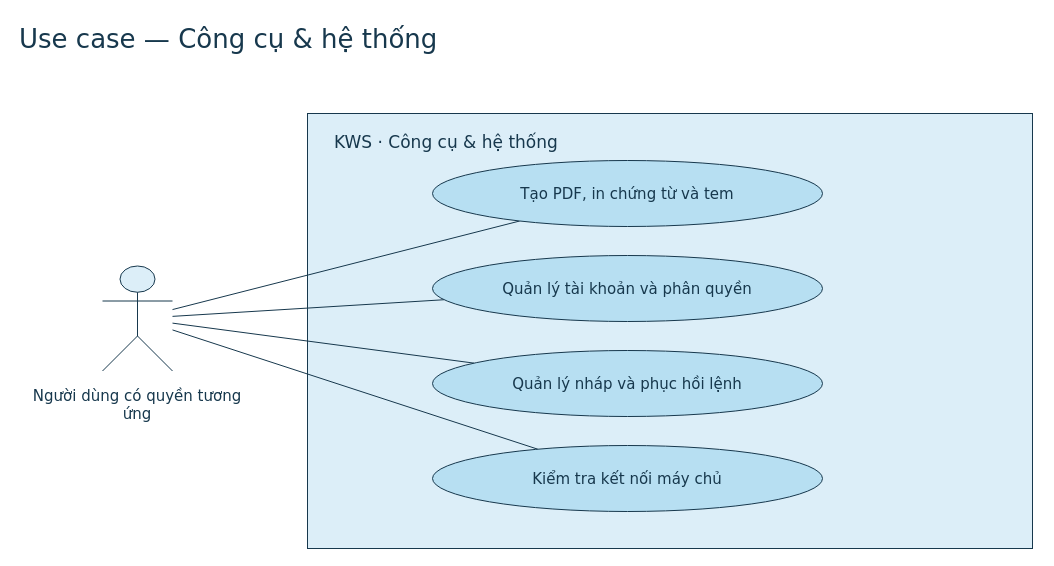
Earlier version of the draw.io diagram page "Use case — Tiện ích & quản trị" (15 of 36) of 03_So_do/Hien_hanh/KWS_Hien_hanh.drawio (KyotaFill/KWS). Source tidied: cells renumbered, new cells numbered last; positions are measured from the earlier drawing's top-left corner, leaving out a move shared by most shapes. Both pictures are drawn from the tidied source at 100%, with x=0, y=0 at pixel (17, 17).
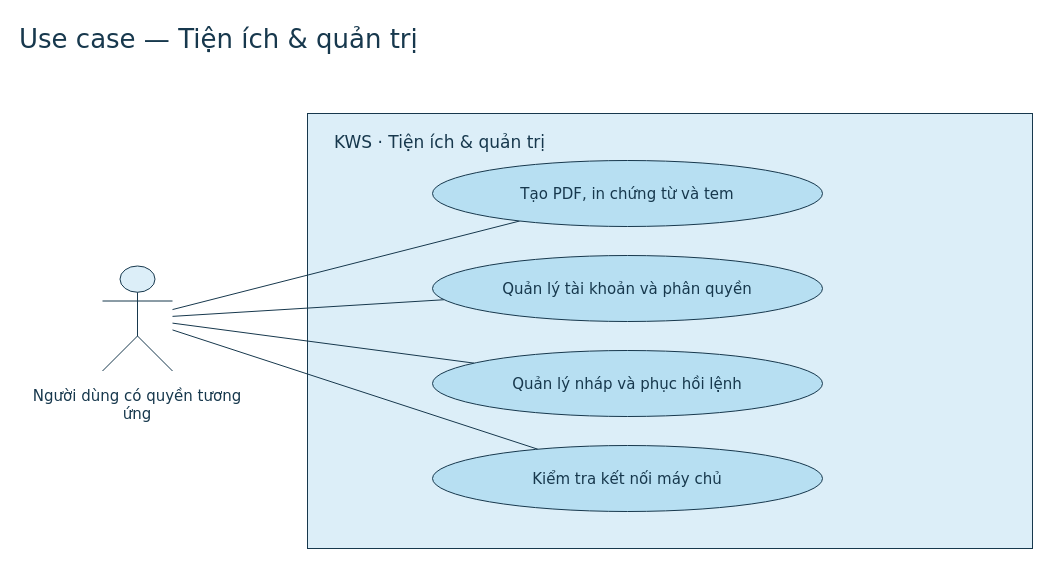
After the change.

The edit, as a diff of the source:
```diff
@@
 <mxGraphModel>
   <root>
     <mxCell id="0" />
     <mxCell id="1" parent="0" />
-    <mxCell id="2" value="Use case — Công cụ &amp;amp; hệ thống" style="text;strokeColor=none;fillColor=none;fontSize=26;align=left;verticalAlign=top;html=1;whiteSpace=wrap;fontFamily=DejaVu Sans;fontColor=#17384d;" parent="1" vertex="1">
+    <mxCell id="2" value="Use case — Tiện ích &amp;amp; quản trị" style="text;strokeColor=none;fillColor=none;fontSize=26;align=left;verticalAlign=top;html=1;whiteSpace=wrap;fontFamily=DejaVu Sans;fontColor=#17384d;" parent="1" vertex="1">
       <mxGeometry width="1020" height="39.1" as="geometry" />
     </mxCell>
     <mxCell id="3" style="rounded=0;fillColor=#dceef8;strokeColor=#17384d;html=1;whiteSpace=wrap;fontFamily=DejaVu Sans;fontColor=#17384d;" parent="1" vertex="1">
       <mxGeometry x="290" y="96" width="725" height="435" as="geometry" />
     </mxCell>
-    <mxCell id="4" value="KWS · Công cụ &amp;amp; hệ thống" style="text;strokeColor=none;fillColor=none;fontSize=17;align=left;verticalAlign=top;html=1;whiteSpace=wrap;fontFamily=DejaVu Sans;fontColor=#17384d;" parent="1" vertex="1">
+    <mxCell id="4" value="KWS · Tiện ích &amp;amp; quản trị" style="text;strokeColor=none;fillColor=none;fontSize=17;align=left;verticalAlign=top;html=1;whiteSpace=wrap;fontFamily=DejaVu Sans;fontColor=#17384d;" parent="1" vertex="1">
       <mxGeometry x="315" y="108" width="675" height="27" as="geometry" />
     </mxCell>
     <mxCell id="5" style="html=1;endArrow=none;endFill=1;strokeColor=#17384d;rounded=0;" parent="1" edge="1" source="9" target="11">
       <mxGeometry relative="1" as="geometry" />
     </mxCell>
     <mxCell id="6" style="html=1;endArrow=none;endFill=1;strokeColor=#17384d;rounded=0;" parent="1" edge="1" source="9" target="12">
       <mxGeometry relative="1" as="geometry" />
     </mxCell>
     <mxCell id="7" style="html=1;endArrow=none;endFill=1;strokeColor=#17384d;rounded=0;" parent="1" edge="1" source="9" target="13">
       <mxGeometry relative="1" as="geometry" />
     </mxCell>
     <mxCell id="8" style="html=1;endArrow=none;endFill=1;strokeColor=#17384d;rounded=0;" parent="1" edge="1" source="9" target="14">
       <mxGeometry relative="1" as="geometry" />
     </mxCell>
     <mxCell id="9" style="shape=umlActor;fillColor=#dceef8;strokeColor=#17384d;html=1;whiteSpace=wrap;fontFamily=DejaVu Sans;fontColor=#17384d;" parent="1" vertex="1">
       <mxGeometry x="85" y="248.5" width="70" height="105" as="geometry" />
     </mxCell>
     <mxCell id="10" value="Người dùng có quyền tương ứng" style="text;strokeColor=none;fillColor=none;fontSize=15;align=center;verticalAlign=top;html=1;whiteSpace=wrap;fontFamily=DejaVu Sans;fontColor=#17384d;" parent="1" vertex="1">
       <mxGeometry x="5" y="362.5" width="230" height="44.5" as="geometry" />
     </mxCell>
     <mxCell id="11" value="Tạo PDF, in chứng từ và tem" style="ellipse;fontSize=15;align=center;verticalAlign=middle;spacing=10;fillColor=#b7dff2;strokeColor=#17384d;html=1;whiteSpace=wrap;fontFamily=DejaVu Sans;fontColor=#17384d;" parent="1" vertex="1">
       <mxGeometry x="415" y="143" width="390" height="66" as="geometry" />
     </mxCell>
     <mxCell id="12" value="Quản lý tài khoản và phân quyền" style="ellipse;fontSize=15;align=center;verticalAlign=middle;spacing=10;fillColor=#b7dff2;strokeColor=#17384d;html=1;whiteSpace=wrap;fontFamily=DejaVu Sans;fontColor=#17384d;" parent="1" vertex="1">
       <mxGeometry x="415" y="238" width="390" height="66" as="geometry" />
     </mxCell>
     <mxCell id="13" value="Quản lý nháp và phục hồi lệnh" style="ellipse;fontSize=15;align=center;verticalAlign=middle;spacing=10;fillColor=#b7dff2;strokeColor=#17384d;html=1;whiteSpace=wrap;fontFamily=DejaVu Sans;fontColor=#17384d;" parent="1" vertex="1">
       <mxGeometry x="415" y="333" width="390" height="66" as="geometry" />
     </mxCell>
     <mxCell id="14" value="Kiểm tra kết nối máy chủ" style="ellipse;fontSize=15;align=center;verticalAlign=middle;spacing=10;fillColor=#b7dff2;strokeColor=#17384d;html=1;whiteSpace=wrap;fontFamily=DejaVu Sans;fontColor=#17384d;" parent="1" vertex="1">
       <mxGeometry x="415" y="428" width="390" height="66" as="geometry" />
     </mxCell>
   </root>
 </mxGraphModel>
```
